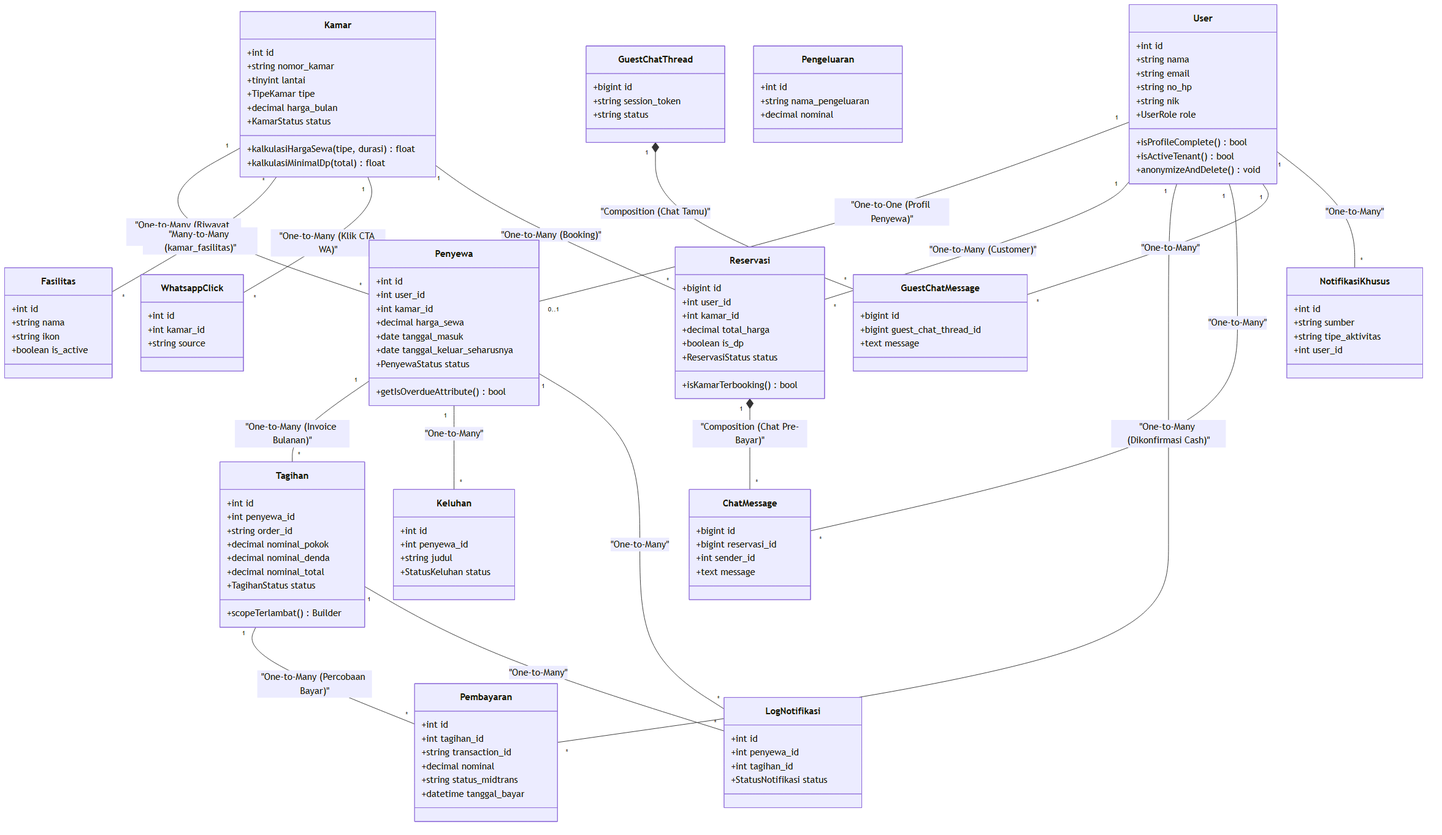
Before: Blueprint/class/class_diagram_core_models.png, a diagram exported from Mermaid (rafifarsyapradiva/asri-boarding-house). Its source is kept beside it as Blueprint/class/class_diagram_core_models.mmd.
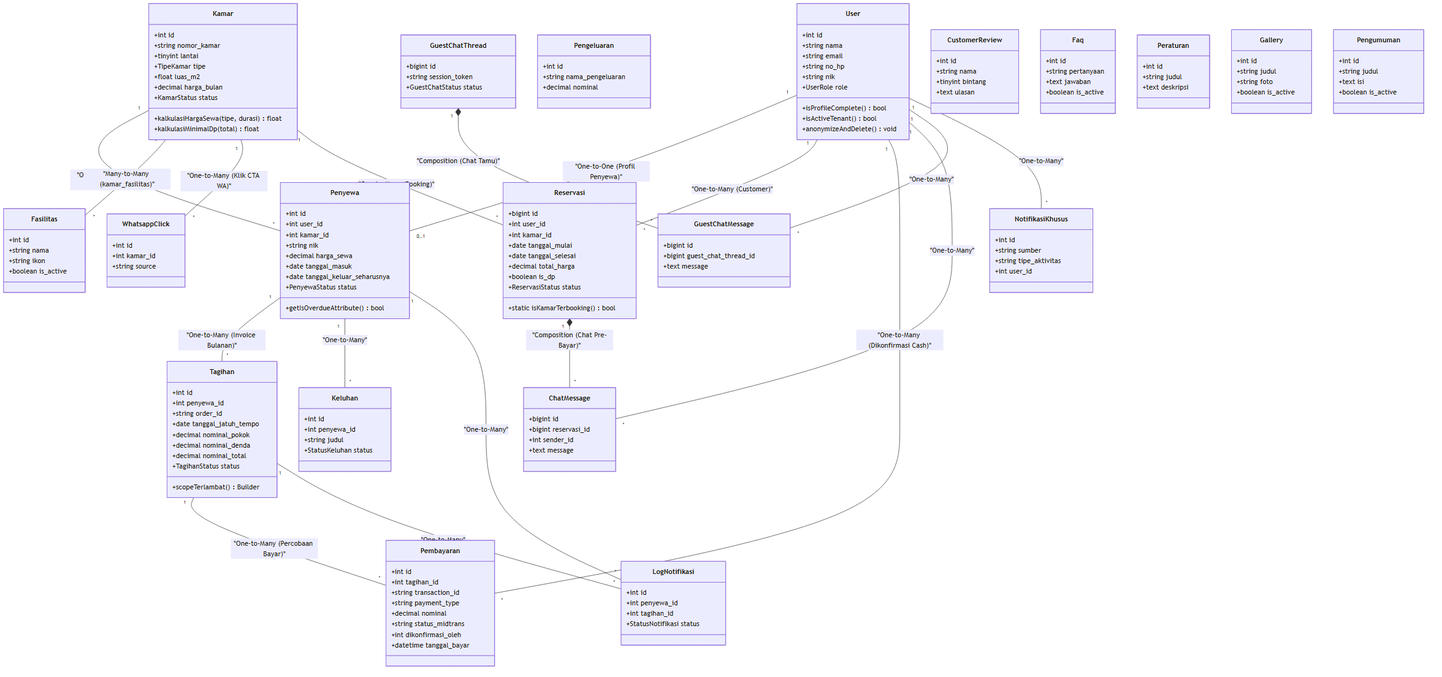
Above is the later version.

The edit, as a diff of the source:
```diff
@@ -1,5 +1,6 @@
 classDiagram
     direction TB
+
     class User {
         +int id
         +string nama
@@ -16,6 +17,7 @@
         +string nomor_kamar
         +tinyint lantai
         +TipeKamar tipe
+        +float luas_m2
         +decimal harga_bulan
         +KamarStatus status
         +kalkulasiHargaSewa(tipe, durasi) float
@@ -31,6 +33,7 @@
         +int id
         +int user_id
         +int kamar_id
+        +string nik
         +decimal harga_sewa
         +date tanggal_masuk
         +date tanggal_keluar_seharusnya
@@ -41,6 +44,7 @@
         +int id
         +int penyewa_id
         +string order_id
+        +date tanggal_jatuh_tempo
         +decimal nominal_pokok
         +decimal nominal_denda
         +decimal nominal_total
@@ -51,18 +55,22 @@
         +int id
         +int tagihan_id
         +string transaction_id
+        +string payment_type
         +decimal nominal
         +string status_midtrans
+        +int dikonfirmasi_oleh
         +datetime tanggal_bayar
     }
     class Reservasi {
         +bigint id
         +int user_id
         +int kamar_id
+        +date tanggal_mulai
+        +date tanggal_selesai
         +decimal total_harga
         +boolean is_dp
         +ReservasiStatus status
-        +isKamarTerbooking() bool
+        +static isKamarTerbooking() bool
     }
     class ChatMessage {
         +bigint id
@@ -89,7 +97,7 @@
     class GuestChatThread {
         +bigint id
         +string session_token
-        +string status
+        +GuestChatStatus status
     }
     class GuestChatMessage {
         +bigint id
@@ -109,6 +117,36 @@
         +int user_id
     }
 
+    class CustomerReview {
+        +int id
+        +string nama
+        +tinyint bintang
+        +text ulasan
+    }
+    class Faq {
+        +int id
+        +string pertanyaan
+        +text jawaban
+        +boolean is_active
+    }
+    class Peraturan {
+        +int id
+        +string judul
+        +text deskripsi
+    }
+    class Gallery {
+        +int id
+        +string judul
+        +string foto
+        +boolean is_active
+    }
+    class Pengumuman {
+        +int id
+        +string judul
+        +text isi
+        +boolean is_active
+    }
+
     User "1" -- "0..1" Penyewa : "One-to-One (Profil Penyewa)"
     User "1" -- "*" Reservasi : "One-to-Many (Customer)"
     Kamar "1" -- "*" Penyewa : "One-to-Many (Riwayat Hunian)"
```
